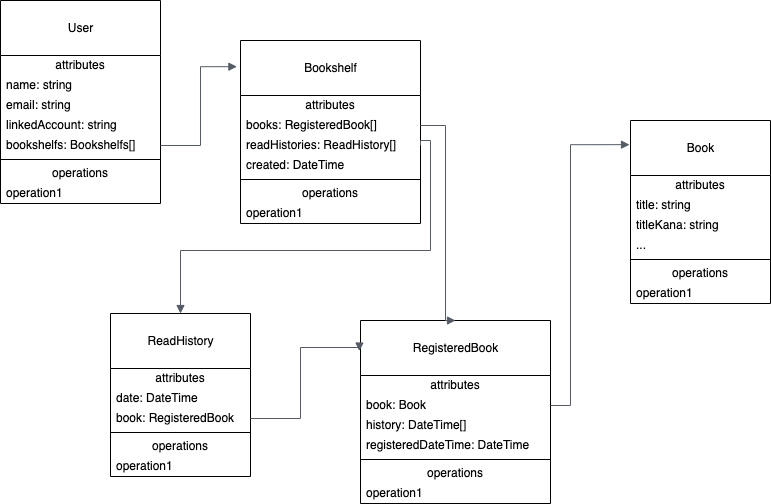
Earlier version of the draw.io export docs/modeling.drawio.png (pj-picbook/picbook). Source tidied: cells renumbered, new cells last; positions are measured from the earlier drawing's top-left corner, leaving out a move shared by most shapes.
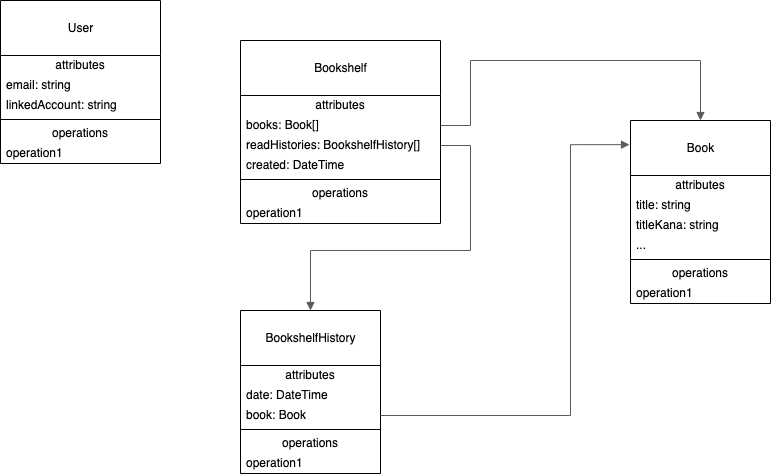
After the commit.

Commit message:
fix: schemaの再定義に伴って、ドキュメントと構成図を修正

The edit, as a diff of the source:
```diff
@@ -27,82 +27,52 @@
       <mxGeometry y="163" width="140" height="20" as="geometry" />
     </mxCell>
     <mxCell id="10" value="&lt;br&gt;User" style="swimlane;fontStyle=0;align=center;verticalAlign=top;horizontal=1;startSize=55;html=1;" parent="1" vertex="1">
-      <mxGeometry width="160" height="203" as="geometry" />
+      <mxGeometry width="160" height="163" as="geometry" />
     </mxCell>
     <mxCell id="11" value="attributes" style="text;html=1;strokeColor=none;fillColor=none;align=center;verticalAlign=middle;spacingLeft=4;spacingRight=4;overflow=hidden;" parent="10" vertex="1">
       <mxGeometry y="55" width="160" height="20" as="geometry" />
     </mxCell>
-    <mxCell id="12" value="name: string" style="text;html=1;strokeColor=none;fillColor=none;align=left;verticalAlign=middle;spacingLeft=4;spacingRight=4;overflow=hidden;" parent="10" vertex="1">
-      <mxGeometry y="75" width="160" height="20" as="geometry" />
-    </mxCell>
     <mxCell id="13" value="email: string" style="text;html=1;strokeColor=none;fillColor=none;align=left;verticalAlign=middle;spacingLeft=4;spacingRight=4;overflow=hidden;" parent="10" vertex="1">
-      <mxGeometry y="95" width="160" height="20" as="geometry" />
+      <mxGeometry y="75" width="160" height="20" as="geometry" />
     </mxCell>
     <mxCell id="14" value="linkedAccount: string" style="text;html=1;strokeColor=none;fillColor=none;align=left;verticalAlign=middle;spacingLeft=4;spacingRight=4;overflow=hidden;" parent="10" vertex="1">
-      <mxGeometry y="115" width="160" height="20" as="geometry" />
+      <mxGeometry y="95" width="160" height="20" as="geometry" />
     </mxCell>
-    <mxCell id="15" value="bookshelfs: Bookshelfs[]" style="text;html=1;strokeColor=none;fillColor=none;align=left;verticalAlign=middle;spacingLeft=4;spacingRight=4;overflow=hidden;points=[[0,0.5],[1,0.5]];portConstraint=eastwest;" parent="10" vertex="1">
-      <mxGeometry y="135" width="160" height="20" as="geometry" />
-    </mxCell>
     <mxCell id="16" style="line;strokeWidth=1;fillColor=none;align=left;verticalAlign=middle;spacingTop=-1;spacingLeft=3;spacingRight=3;labelPosition=right;" parent="10" vertex="1">
-      <mxGeometry y="155" width="160" height="8" as="geometry" />
+      <mxGeometry y="115" width="160" height="8" as="geometry" />
     </mxCell>
     <mxCell id="17" value="operations" style="text;html=1;strokeColor=none;fillColor=none;align=center;verticalAlign=middle;spacingLeft=4;spacingRight=4;overflow=hidden;" parent="10" vertex="1">
-      <mxGeometry y="163" width="160" height="20" as="geometry" />
+      <mxGeometry y="123" width="160" height="20" as="geometry" />
     </mxCell>
     <mxCell id="18" value="operation1" style="text;html=1;strokeColor=none;fillColor=none;align=left;verticalAlign=middle;spacingLeft=4;spacingRight=4;overflow=hidden;" parent="10" vertex="1">
-      <mxGeometry y="183" width="160" height="20" as="geometry" />
+      <mxGeometry y="143" width="160" height="20" as="geometry" />
     </mxCell>
-    <mxCell id="19" value="&lt;br&gt;RegisteredBook" style="swimlane;fontStyle=0;align=center;verticalAlign=top;horizontal=1;startSize=55;html=1;" parent="1" vertex="1">
-      <mxGeometry x="360" y="320" width="190" height="183" as="geometry" />
-    </mxCell>
-    <mxCell id="20" value="attributes" style="text;html=1;strokeColor=none;fillColor=none;align=center;verticalAlign=middle;spacingLeft=4;spacingRight=4;overflow=hidden;" parent="19" vertex="1">
-      <mxGeometry y="55" width="190" height="20" as="geometry" />
-    </mxCell>
-    <mxCell id="21" value="book: Book" style="text;html=1;strokeColor=none;fillColor=none;align=left;verticalAlign=middle;spacingLeft=4;spacingRight=4;overflow=hidden;points=[[0,0.5],[1,0.5]];portConstraint=eastwest;" parent="19" vertex="1">
-      <mxGeometry y="75" width="190" height="20" as="geometry" />
-    </mxCell>
-    <mxCell id="22" value="history: DateTime[]" style="text;html=1;strokeColor=none;fillColor=none;align=left;verticalAlign=middle;spacingLeft=4;spacingRight=4;overflow=hidden;" parent="19" vertex="1">
-      <mxGeometry y="95" width="190" height="20" as="geometry" />
-    </mxCell>
-    <mxCell id="23" value="registeredDateTime: DateTime" style="text;html=1;strokeColor=none;fillColor=none;align=left;verticalAlign=middle;spacingLeft=4;spacingRight=4;overflow=hidden;" parent="19" vertex="1">
-      <mxGeometry y="115" width="190" height="20" as="geometry" />
-    </mxCell>
-    <mxCell id="24" style="line;strokeWidth=1;fillColor=none;align=left;verticalAlign=middle;spacingTop=-1;spacingLeft=3;spacingRight=3;labelPosition=right;" parent="19" vertex="1">
-      <mxGeometry y="135" width="190" height="8" as="geometry" />
-    </mxCell>
-    <mxCell id="25" value="operations" style="text;html=1;strokeColor=none;fillColor=none;align=center;verticalAlign=middle;spacingLeft=4;spacingRight=4;overflow=hidden;" parent="19" vertex="1">
-      <mxGeometry y="143" width="190" height="20" as="geometry" />
-    </mxCell>
-    <mxCell id="26" value="operation1" style="text;html=1;strokeColor=none;fillColor=none;align=left;verticalAlign=middle;spacingLeft=4;spacingRight=4;overflow=hidden;" parent="19" vertex="1">
-      <mxGeometry y="163" width="190" height="20" as="geometry" />
-    </mxCell>
     <mxCell id="27" value="&lt;br&gt;Bookshelf" style="swimlane;fontStyle=0;align=center;verticalAlign=top;horizontal=1;startSize=55;html=1;" parent="1" vertex="1">
-      <mxGeometry x="240" y="40" width="180" height="183" as="geometry" />
+      <mxGeometry x="240" y="40" width="200" height="183" as="geometry" />
     </mxCell>
     <mxCell id="28" value="attributes" style="text;html=1;strokeColor=none;fillColor=none;align=center;verticalAlign=middle;spacingLeft=4;spacingRight=4;overflow=hidden;" parent="27" vertex="1">
-      <mxGeometry y="55" width="180" height="20" as="geometry" />
+      <mxGeometry y="55" width="200" height="20" as="geometry" />
     </mxCell>
-    <mxCell id="29" value="books: RegisteredBook[]" style="text;html=1;strokeColor=none;fillColor=none;align=left;verticalAlign=middle;spacingLeft=4;spacingRight=4;overflow=hidden;points=[[0,0.5],[1,0.5]];portConstraint=eastwest;" parent="27" vertex="1">
-      <mxGeometry y="75" width="180" height="20" as="geometry" />
+    <mxCell id="29" value="books: Book[]" style="text;html=1;strokeColor=none;fillColor=none;align=left;verticalAlign=middle;spacingLeft=4;spacingRight=4;overflow=hidden;points=[[0,0.5],[1,0.5]];portConstraint=eastwest;" parent="27" vertex="1">
+      <mxGeometry y="75" width="200" height="20" as="geometry" />
     </mxCell>
-    <mxCell id="30" value="readHistories: ReadHistory[]" style="text;html=1;strokeColor=none;fillColor=none;align=left;verticalAlign=middle;spacingLeft=4;spacingRight=4;overflow=hidden;points=[[0,0.5],[1,0.5]];portConstraint=eastwest;" parent="27" vertex="1">
-      <mxGeometry y="95" width="180" height="20" as="geometry" />
+    <mxCell id="30" value="readHistories: BookshelfHistory[]" style="text;html=1;strokeColor=none;fillColor=none;align=left;verticalAlign=middle;spacingLeft=4;spacingRight=4;overflow=hidden;points=[[0,0.5],[1,0.5]];portConstraint=eastwest;" parent="27" vertex="1">
+      <mxGeometry y="95" width="200" height="20" as="geometry" />
     </mxCell>
     <mxCell id="31" value="created: DateTime" style="text;html=1;strokeColor=none;fillColor=none;align=left;verticalAlign=middle;spacingLeft=4;spacingRight=4;overflow=hidden;" parent="27" vertex="1">
-      <mxGeometry y="115" width="180" height="20" as="geometry" />
+      <mxGeometry y="115" width="200" height="20" as="geometry" />
     </mxCell>
     <mxCell id="32" style="line;strokeWidth=1;fillColor=none;align=left;verticalAlign=middle;spacingTop=-1;spacingLeft=3;spacingRight=3;labelPosition=right;" parent="27" vertex="1">
-      <mxGeometry y="135" width="180" height="8" as="geometry" />
+      <mxGeometry y="135" width="200" height="8" as="geometry" />
     </mxCell>
     <mxCell id="33" value="operations" style="text;html=1;strokeColor=none;fillColor=none;align=center;verticalAlign=middle;spacingLeft=4;spacingRight=4;overflow=hidden;" parent="27" vertex="1">
-      <mxGeometry y="143" width="180" height="20" as="geometry" />
+      <mxGeometry y="143" width="200" height="20" as="geometry" />
     </mxCell>
     <mxCell id="34" value="operation1" style="text;html=1;strokeColor=none;fillColor=none;align=left;verticalAlign=middle;spacingLeft=4;spacingRight=4;overflow=hidden;" parent="27" vertex="1">
-      <mxGeometry y="163" width="180" height="20" as="geometry" />
+      <mxGeometry y="163" width="200" height="20" as="geometry" />
     </mxCell>
-    <mxCell id="35" value="&lt;br&gt;ReadHistory" style="swimlane;fontStyle=0;align=center;verticalAlign=top;horizontal=1;startSize=55;html=1;" parent="1" vertex="1">
-      <mxGeometry x="110" y="313" width="140" height="163" as="geometry" />
+    <mxCell id="35" value="&lt;br&gt;BookshelfHistory" style="swimlane;fontStyle=0;align=center;verticalAlign=top;horizontal=1;startSize=55;html=1;" parent="1" vertex="1">
+      <mxGeometry x="240" y="310" width="140" height="163" as="geometry" />
     </mxCell>
     <mxCell id="36" value="attributes" style="text;html=1;strokeColor=none;fillColor=none;align=center;verticalAlign=middle;spacingLeft=4;spacingRight=4;overflow=hidden;" parent="35" vertex="1">
       <mxGeometry y="55" width="140" height="20" as="geometry" />
@@ -110,7 +80,7 @@
     <mxCell id="37" value="date: DateTime" style="text;html=1;strokeColor=none;fillColor=none;align=left;verticalAlign=middle;spacingLeft=4;spacingRight=4;overflow=hidden;" parent="35" vertex="1">
       <mxGeometry y="75" width="140" height="20" as="geometry" />
     </mxCell>
-    <mxCell id="38" value="book: RegisteredBook" style="text;html=1;strokeColor=none;fillColor=none;align=left;verticalAlign=middle;spacingLeft=4;spacingRight=4;overflow=hidden;points=[[0,0.5],[1,0.5]];portConstraint=eastwest;" parent="35" vertex="1">
+    <mxCell id="38" value="book: Book" style="text;html=1;strokeColor=none;fillColor=none;align=left;verticalAlign=middle;spacingLeft=4;spacingRight=4;overflow=hidden;points=[[0,0.5],[1,0.5]];portConstraint=eastwest;" parent="35" vertex="1">
       <mxGeometry y="95" width="140" height="20" as="geometry" />
     </mxCell>
     <mxCell id="39" style="line;strokeWidth=1;fillColor=none;align=left;verticalAlign=middle;spacingTop=-1;spacingLeft=3;spacingRight=3;labelPosition=right;" parent="35" vertex="1">
@@ -122,39 +92,29 @@
     <mxCell id="41" value="operation1" style="text;html=1;strokeColor=none;fillColor=none;align=left;verticalAlign=middle;spacingLeft=4;spacingRight=4;overflow=hidden;" parent="35" vertex="1">
       <mxGeometry y="143" width="140" height="20" as="geometry" />
     </mxCell>
-    <mxCell id="42" style="edgeStyle=orthogonalEdgeStyle;html=1;endArrow=block;elbow=vertical;startArrow=none;endFill=1;strokeColor=#545B64;rounded=0;exitX=1;exitY=0.5;exitDx=0;exitDy=0;entryX=-0.02;entryY=0.143;entryDx=0;entryDy=0;entryPerimeter=0;" parent="1" edge="1" source="15" target="27">
-      <mxGeometry relative="1" as="geometry" />
-    </mxCell>
     <mxCell id="43" style="edgeStyle=orthogonalEdgeStyle;html=1;endArrow=block;elbow=vertical;startArrow=none;endFill=1;strokeColor=#545B64;rounded=0;exitX=1;exitY=0.5;exitDx=0;exitDy=0;entryX=0.5;entryY=0;entryDx=0;entryDy=0;" parent="1" edge="1" source="30" target="35">
       <mxGeometry relative="1" as="geometry">
         <Array as="points">
-          <mxPoint x="420" y="140" />
-          <mxPoint x="430" y="140" />
-          <mxPoint x="430" y="250" />
-          <mxPoint x="180" y="250" />
+          <mxPoint x="470" y="145" />
+          <mxPoint x="470" y="250" />
+          <mxPoint x="310" y="250" />
         </Array>
       </mxGeometry>
     </mxCell>
-    <mxCell id="44" style="edgeStyle=orthogonalEdgeStyle;html=1;endArrow=block;elbow=vertical;startArrow=none;endFill=1;strokeColor=#545B64;rounded=0;exitX=1;exitY=0.5;exitDx=0;exitDy=0;entryX=-0.006;entryY=0.167;entryDx=0;entryDy=0;entryPerimeter=0;" parent="1" edge="1" source="38" target="19">
-      <mxGeometry relative="1" as="geometry">
-        <Array as="points">
-          <mxPoint x="300" y="418" />
-          <mxPoint x="300" y="347" />
-        </Array>
-      </mxGeometry>
-    </mxCell>
-    <mxCell id="45" style="edgeStyle=orthogonalEdgeStyle;html=1;endArrow=block;elbow=vertical;startArrow=none;endFill=1;strokeColor=#545B64;rounded=0;exitX=1;exitY=0.5;exitDx=0;exitDy=0;entryX=-0.007;entryY=0.132;entryDx=0;entryDy=0;entryPerimeter=0;" parent="1" edge="1" source="21" target="2">
+    <mxCell id="45" style="edgeStyle=orthogonalEdgeStyle;html=1;endArrow=block;elbow=vertical;startArrow=none;endFill=1;strokeColor=#545B64;rounded=0;exitX=1;exitY=0.5;exitDx=0;exitDy=0;entryX=-0.007;entryY=0.132;entryDx=0;entryDy=0;entryPerimeter=0;" parent="1" edge="1" source="38" target="2">
       <mxGeometry relative="1" as="geometry">
         <Array as="points">
-          <mxPoint x="570" y="405" />
+          <mxPoint x="570" y="415" />
           <mxPoint x="570" y="144" />
         </Array>
       </mxGeometry>
     </mxCell>
-    <mxCell id="46" style="edgeStyle=orthogonalEdgeStyle;html=1;endArrow=block;elbow=vertical;startArrow=none;endFill=1;strokeColor=#545B64;rounded=0;exitX=1;exitY=0.5;exitDx=0;exitDy=0;entryX=0.5;entryY=0;entryDx=0;entryDy=0;" parent="1" edge="1" source="29" target="19">
+    <mxCell id="46" style="edgeStyle=orthogonalEdgeStyle;html=1;endArrow=block;elbow=vertical;startArrow=none;endFill=1;strokeColor=#545B64;rounded=0;exitX=1;exitY=0.5;exitDx=0;exitDy=0;entryX=0.5;entryY=0;entryDx=0;entryDy=0;" parent="1" edge="1" source="29" target="2">
       <mxGeometry relative="1" as="geometry">
         <Array as="points">
-          <mxPoint x="445" y="125" />
+          <mxPoint x="470" y="125" />
+          <mxPoint x="470" y="60" />
+          <mxPoint x="700" y="60" />
         </Array>
       </mxGeometry>
     </mxCell>
```
